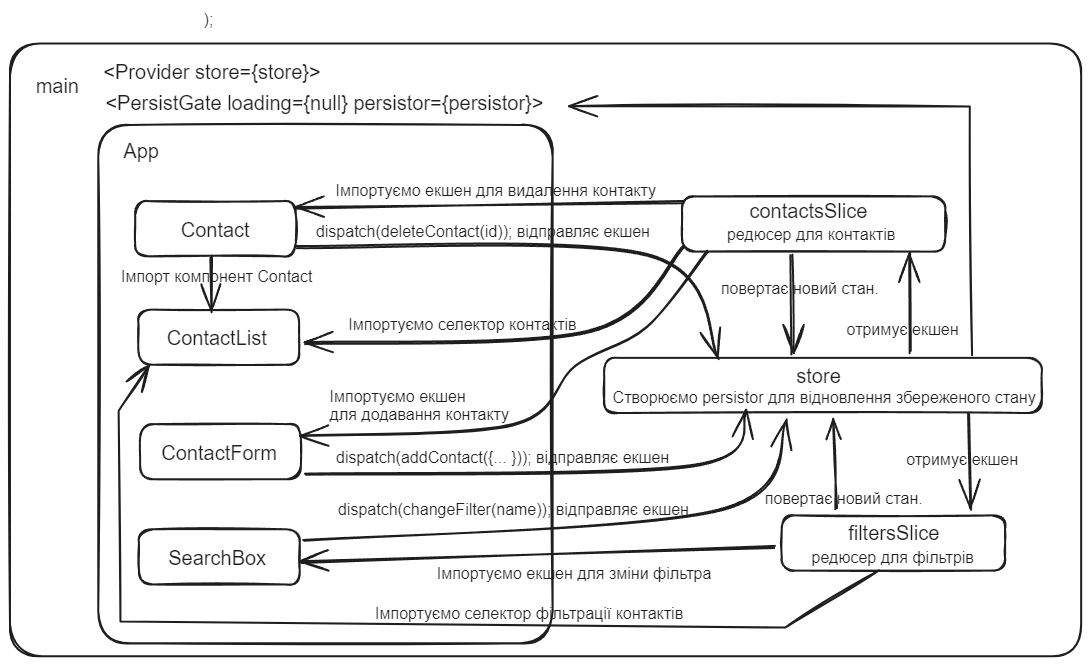
Above: src/info.excalidraw.png in oniks98/goit-react-hw-08 (Excalidraw), before the change. Source tidied: one line per element, renumbered; positions are measured from the earlier drawing's top-left corner, leaving out a move shared by most shapes.
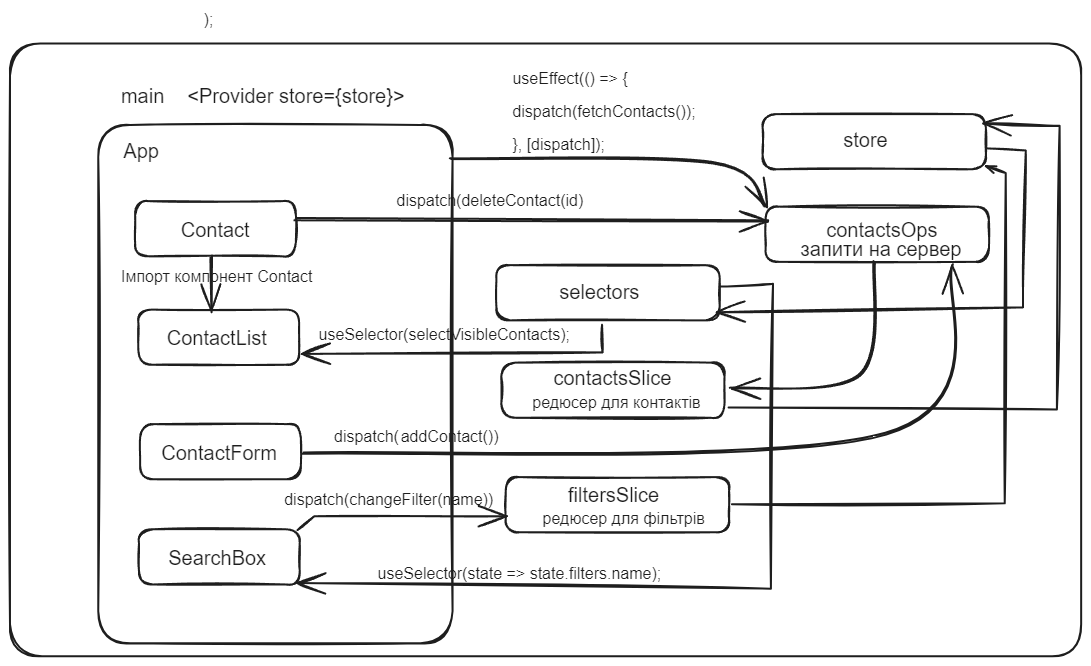
After the commit.

Diff of the diagram source:
```diff
@@ -1,51 +1,48 @@
 {"id": 0, "type": "rectangle", "strokeColor": "#1e1e1e", "strokeWidth": 2, "roughness": 1, "round": true, "x": 0, "y": 33, "width": 1071, "height": 613}
-{"id": 1, "type": "text", "text": "main", "strokeColor": "#1e1e1e", "strokeWidth": 2, "roughness": 1, "fontSize": 20, "fontFamily": 2, "x": 26, "y": 65, "width": 43, "height": 23}
+{"id": 1, "type": "text", "text": "main", "strokeColor": "#1e1e1e", "strokeWidth": 2, "roughness": 1, "fontSize": 20, "fontFamily": 2, "x": 111, "y": 75, "width": 43, "height": 23}
-{"id": 2, "type": "text", "text": "<Provider store={store}>", "strokeColor": "#1e1e1e", "strokeWidth": 2, "roughness": 1, "fontSize": 20, "fontFamily": 2, "x": 93, "y": 51, "width": 217, "height": 23}
+{"id": 2, "type": "text", "text": "<Provider store={store}>", "strokeColor": "#1e1e1e", "strokeWidth": 2, "roughness": 1, "fontSize": 20, "fontFamily": 2, "x": 177, "y": 75, "width": 217, "height": 23}
-{"id": 3, "type": "text", "text": "<PersistGate loading={null} persistor={persistor}>", "strokeColor": "#1e1e1e", "strokeWidth": 2, "roughness": 1, "fontSize": 20, "fontFamily": 2, "x": 95, "y": 82, "width": 438, "height": 23}
-{"id": 4, "type": "rectangle", "strokeColor": "#1e1e1e", "strokeWidth": 2, "roughness": 1, "round": true, "x": 88, "y": 115, "width": 454, "height": 518}
+{"id": 4, "type": "rectangle", "strokeColor": "#1e1e1e", "strokeWidth": 2, "roughness": 1, "round": true, "x": 88, "y": 115, "width": 354, "height": 518}
 {"id": 5, "type": "text", "text": "App", "strokeColor": "#1e1e1e", "strokeWidth": 2, "roughness": 1, "fontSize": 20, "fontFamily": 2, "x": 113, "y": 130, "width": 36, "height": 23}
 {"id": 6, "type": "text", "text": "Contact", "strokeColor": "#1e1e1e", "strokeWidth": 2, "roughness": 1, "fontSize": 20, "fontFamily": 2, "x": 171, "y": 209, "width": 69, "height": 23}
 {"id": 7, "type": "text", "text": "ContactForm", "strokeColor": "#1e1e1e", "strokeWidth": 2, "roughness": 1, "fontSize": 20, "fontFamily": 2, "x": 151, "y": 432, "width": 116, "height": 23}
 {"id": 8, "type": "text", "text": "ContactList", "strokeColor": "#1e1e1e", "strokeWidth": 2, "roughness": 1, "fontSize": 20, "fontFamily": 2, "x": 157, "y": 317, "width": 100, "height": 23}
-{"id": 9, "type": "text", "text": "contactsSlice", "strokeColor": "#1e1e1e", "strokeWidth": 2, "roughness": 1, "fontSize": 20, "fontFamily": 2, "x": 739, "y": 190, "width": 118, "height": 23}
+{"id": 9, "type": "text", "text": "contactsSlice", "strokeColor": "#1e1e1e", "strokeWidth": 2, "roughness": 1, "fontSize": 20, "fontFamily": 2, "x": 543, "y": 357, "width": 118, "height": 23}
-{"id": 10, "type": "text", "text": "filtersSlice", "strokeColor": "#1e1e1e", "strokeWidth": 2, "roughness": 1, "fontSize": 20, "fontFamily": 2, "x": 838, "y": 512, "width": 91, "height": 23}
+{"id": 10, "type": "text", "text": "filtersSlice", "strokeColor": "#1e1e1e", "strokeWidth": 2, "roughness": 1, "fontSize": 20, "fontFamily": 2, "x": 558, "y": 474, "width": 91, "height": 23}
-{"id": 11, "type": "text", "text": "store", "strokeColor": "#1e1e1e", "strokeWidth": 2, "roughness": 1, "fontSize": 20, "fontFamily": 2, "x": 786, "y": 355, "width": 44, "height": 23}
+{"id": 11, "type": "text", "text": "store", "strokeColor": "#1e1e1e", "strokeWidth": 2, "roughness": 1, "fontSize": 20, "fontFamily": 2, "x": 833, "y": 119, "width": 44, "height": 23}
 {"id": 12, "type": "text", "text": "SearchBox", "strokeColor": "#1e1e1e", "strokeWidth": 2, "roughness": 1, "fontSize": 20, "fontFamily": 2, "x": 158, "y": 537, "width": 98, "height": 23}
 {"id": 13, "type": "rectangle", "strokeColor": "#1e1e1e", "strokeWidth": 2, "roughness": 1, "round": true, "x": 125, "y": 191, "width": 161, "height": 55}
 {"id": 14, "type": "text", "text": ");", "strokeColor": "#1e1e1e", "strokeWidth": 2, "roughness": 1, "fontSize": 16, "fontFamily": 2, "x": 194, "y": 0, "width": 10, "height": 18}
 {"id": 15, "type": "rectangle", "strokeColor": "#1e1e1e", "strokeWidth": 2, "roughness": 1, "round": true, "x": 128, "y": 300, "width": 161, "height": 55}
 {"id": 16, "type": "rectangle", "strokeColor": "#1e1e1e", "strokeWidth": 2, "roughness": 1, "round": true, "x": 130, "y": 414, "width": 161, "height": 55}
 {"id": 17, "type": "rectangle", "strokeColor": "#1e1e1e", "strokeWidth": 2, "roughness": 1, "round": true, "x": 129, "y": 519, "width": 161, "height": 55}
-{"id": 18, "type": "rectangle", "strokeColor": "#1e1e1e", "strokeWidth": 2, "roughness": 1, "round": true, "x": 672, "y": 186, "width": 263, "height": 55}
-{"id": 19, "type": "rectangle", "strokeColor": "#1e1e1e", "strokeWidth": 2, "roughness": 1, "round": true, "x": 772, "y": 505, "width": 223, "height": 55}
+{"id": 19, "type": "rectangle", "strokeColor": "#1e1e1e", "strokeWidth": 2, "roughness": 1, "round": true, "x": 496, "y": 467, "width": 223, "height": 55}
-{"id": 20, "type": "rectangle", "strokeColor": "#1e1e1e", "strokeWidth": 2, "roughness": 1, "round": true, "x": 594, "y": 348, "width": 438, "height": 55}
-{"id": 21, "type": "arrow", "strokeColor": "#1e1e1e", "strokeWidth": 2, "roughness": 1, "endArrowhead": "arrow", "from": 20, "to": 4, "x": 1024, "y": 345, "width": 403, "height": 249, "points": [[-62, 0], [-65, -249], [-465, -249]]}
-{"id": 22, "type": "text", "text": "Створюємо persistor для відновлення збереженого стану", "strokeColor": "#1e1e1e", "strokeWidth": 2, "roughness": 1, "fontSize": 16, "fontFamily": 2, "x": 603, "y": 378, "width": 423, "height": 18}
-{"id": 23, "type": "arrow", "strokeColor": "#1e1e1e", "strokeWidth": 2, "roughness": 1, "endArrowhead": "arrow", "round": true, "from": 25, "to": 20, "x": 781, "y": 244, "width": 1, "height": 100, "points": [[0, 0], [1, 100]]}
-{"id": 24, "type": "arrow", "strokeColor": "#1e1e1e", "strokeWidth": 2, "roughness": 1, "endArrowhead": "arrow", "round": true, "from": 19, "to": 22, "x": 826, "y": 500, "width": 4, "height": 90, "points": [[0, 0], [-1, -48], [-4, -90]]}
-{"id": 25, "type": "text", "text": "редюсер для контактів", "strokeColor": "#1e1e1e", "strokeWidth": 2, "roughness": 1, "fontSize": 16, "fontFamily": 2, "x": 717, "y": 215, "width": 168, "height": 18}
+{"id": 25, "type": "text", "text": "редюсер для контактів", "strokeColor": "#1e1e1e", "strokeWidth": 2, "roughness": 1, "fontSize": 16, "fontFamily": 2, "x": 522, "y": 383, "width": 168, "height": 18}
-{"id": 26, "type": "text", "text": "редюсер для фільтрів", "strokeColor": "#1e1e1e", "strokeWidth": 2, "roughness": 1, "fontSize": 16, "fontFamily": 2, "x": 802, "y": 538, "width": 162, "height": 18}
+{"id": 26, "type": "text", "text": "редюсер для фільтрів", "strokeColor": "#1e1e1e", "strokeWidth": 2, "roughness": 1, "fontSize": 16, "fontFamily": 2, "x": 533, "y": 499, "width": 162, "height": 18}
-{"id": 27, "type": "arrow", "strokeColor": "#1e1e1e", "strokeWidth": 2, "roughness": 1, "endArrowhead": "arrow", "round": true, "from": 19, "to": 17, "x": 764, "y": 537, "width": 472, "height": 16, "points": [[0, 0], [-472, 16]]}
-{"id": 28, "type": "text", "text": "Імпортуємо екшен для зміни фільтра", "strokeColor": "#1e1e1e", "strokeWidth": 2, "roughness": 1, "fontSize": 16, "fontFamily": 2, "x": 427, "y": 554, "width": 275, "height": 18}
-{"id": 29, "type": "arrow", "strokeColor": "#1e1e1e", "strokeWidth": 2, "roughness": 1, "endArrowhead": "arrow", "round": true, "from": 17, "to": 22, "x": 293, "y": 530, "width": 483, "height": 121, "points": [[0, 0], [415, -30], [483, -121]]}
-{"id": 30, "type": "text", "text": "отримує екшен", "strokeColor": "#1e1e1e", "strokeWidth": 2, "roughness": 1, "fontSize": 16, "fontFamily": 2, "x": 896, "y": 440, "width": 112, "height": 18}
-{"id": 31, "type": "arrow", "strokeColor": "#1e1e1e", "strokeWidth": 2, "roughness": 1, "endArrowhead": "arrow", "round": true, "from": 22, "to": 19, "x": 958, "y": 404, "width": 3, "height": 95, "points": [[0, 0], [3, 95]]}
-{"id": 32, "type": "text", "text": "повертає новий стан.", "strokeColor": "#1e1e1e", "strokeWidth": 2, "roughness": 1, "fontSize": 16, "fontFamily": 2, "x": 755, "y": 479, "width": 158, "height": 18}
-{"id": 33, "type": "text", "text": "повертає новий стан.", "strokeColor": "#1e1e1e", "strokeWidth": 2, "roughness": 1, "fontSize": 16, "fontFamily": 2, "x": 711, "y": 269, "width": 158, "height": 18}
-{"id": 34, "type": "arrow", "strokeColor": "#1e1e1e", "strokeWidth": 2, "roughness": 1, "endArrowhead": "arrow", "round": true, "from": 20, "to": 25, "x": 900, "y": 342, "width": 0, "height": 99, "points": [[0, 0], [0, -99]]}
-{"id": 35, "type": "text", "text": "отримує екшен", "strokeColor": "#1e1e1e", "strokeWidth": 2, "roughness": 1, "fontSize": 16, "fontFamily": 2, "x": 837, "y": 310, "width": 112, "height": 18}
-{"id": 36, "type": "text", "text": "dispatch(changeFilter(name)); відправляє екшен", "strokeColor": "#1e1e1e", "strokeWidth": 2, "roughness": 1, "fontSize": 16, "fontFamily": 2, "x": 328, "y": 490, "width": 351, "height": 18}
 {"id": 37, "type": "arrow", "strokeColor": "#1e1e1e", "strokeWidth": 2, "roughness": 1, "endArrowhead": "arrow", "round": true, "from": 6, "to": 8, "x": 202, "y": 246, "width": 2, "height": 56, "points": [[0, 0], [-2, 56]]}
 {"id": 38, "type": "text", "text": "Імпорт компонент Contact", "strokeColor": "#1e1e1e", "strokeWidth": 2, "roughness": 1, "fontSize": 16, "fontFamily": 2, "x": 111, "y": 257, "width": 191, "height": 18}
-{"id": 39, "type": "arrow", "strokeColor": "#1e1e1e", "strokeWidth": 2, "roughness": 1, "endArrowhead": "arrow", "round": true, "to": 15, "x": 674, "y": 237, "width": 379, "height": 96, "points": [[0, 0], [-93, 84], [-379, 96]]}
-{"id": 40, "type": "text", "text": "Імпортуємо селектор контактів", "strokeColor": "#1e1e1e", "strokeWidth": 2, "roughness": 1, "fontSize": 16, "fontFamily": 2, "x": 338, "y": 305, "width": 228, "height": 18}
-{"id": 41, "type": "arrow", "strokeColor": "#1e1e1e", "strokeWidth": 2, "roughness": 1, "endArrowhead": "arrow", "from": 26, "to": 15, "x": 869, "y": 560, "width": 760, "height": 262, "points": [[0, 0], [-94, 57], [-758, 51], [-760, -159], [-730, -204]]}
-{"id": 42, "type": "text", "text": "Імпортуємо селектор фільтрації контактів", "strokeColor": "#1e1e1e", "strokeWidth": 2, "roughness": 1, "fontSize": 16, "fontFamily": 2, "x": 365, "y": 594, "width": 308, "height": 18}
-{"id": 43, "type": "arrow", "strokeColor": "#1e1e1e", "strokeWidth": 2, "roughness": 1, "endArrowhead": "arrow", "round": true, "from": 18, "x": 697, "y": 242, "width": 407, "height": 183, "points": [[0, 0], [-60, 75], [-131, 114], [-194, 172], [-407, 183]]}
-{"id": 44, "type": "text", "text": "Імпортуємо екшен \nдля додавання контакту", "strokeColor": "#1e1e1e", "strokeWidth": 2, "roughness": 1, "fontSize": 16, "fontFamily": 2, "x": 320, "y": 377, "width": 180, "height": 37}
-{"id": 45, "type": "arrow", "strokeColor": "#1e1e1e", "strokeWidth": 2, "roughness": 1, "endArrowhead": "arrow", "round": true, "from": 16, "to": 22, "x": 295, "y": 465, "width": 442, "height": 63, "points": [[0, 0], [386, -8], [442, -63]]}
-{"id": 46, "type": "text", "text": "dispatch(addContact({... })); відправляє екшен", "strokeColor": "#1e1e1e", "strokeWidth": 2, "roughness": 1, "fontSize": 16, "fontFamily": 2, "x": 326, "y": 438, "width": 333, "height": 18}
-{"id": 47, "type": "arrow", "strokeColor": "#1e1e1e", "strokeWidth": 2, "roughness": 1, "endArrowhead": "arrow", "round": true, "to": 13, "x": 674, "y": 191, "width": 387, "height": 6, "points": [[0, 0], [-387, 6]]}
-{"id": 48, "type": "text", "text": "Імпортуємо екшен для видалення контакту", "strokeColor": "#1e1e1e", "strokeWidth": 2, "roughness": 1, "fontSize": 16, "fontFamily": 2, "x": 325, "y": 171, "width": 321, "height": 18}
-{"id": 49, "type": "arrow", "strokeColor": "#1e1e1e", "strokeWidth": 2, "roughness": 1, "endArrowhead": "arrow", "round": true, "x": 286, "y": 237, "width": 423, "height": 111, "points": [[0, 0], [353, 7], [423, 111]]}
-{"id": 50, "type": "text", "text": "dispatch(deleteContact(id)); відправляє екшен", "strokeColor": "#1e1e1e", "strokeWidth": 2, "roughness": 1, "fontSize": 16, "fontFamily": 2, "x": 306, "y": 212, "width": 334, "height": 18}
+{"id": 51, "type": "rectangle", "strokeColor": "#1e1e1e", "strokeWidth": 2, "roughness": 1, "round": true, "x": 753, "y": 104, "width": 223, "height": 55}
+{"id": 52, "type": "rectangle", "strokeColor": "#1e1e1e", "strokeWidth": 2, "roughness": 1, "round": true, "x": 491, "y": 353, "width": 223, "height": 55}
+{"id": 53, "type": "rectangle", "strokeColor": "#1e1e1e", "strokeWidth": 2, "roughness": 1, "round": true, "x": 486, "y": 255, "width": 223, "height": 55}
+{"id": 54, "type": "rectangle", "strokeColor": "#1e1e1e", "strokeWidth": 2, "roughness": 1, "round": true, "x": 756, "y": 197, "width": 223, "height": 55}
+{"id": 55, "type": "text", "text": "selectors", "strokeColor": "#1e1e1e", "strokeWidth": 2, "roughness": 1, "fontSize": 20, "fontFamily": 2, "x": 549, "y": 271, "width": 80, "height": 23}
+{"id": 56, "type": "text", "text": "contactsOps", "strokeColor": "#1e1e1e", "strokeWidth": 2, "roughness": 1, "fontSize": 20, "fontFamily": 2, "x": 816, "y": 209, "width": 111, "height": 23}
+{"id": 57, "type": "text", "text": "запити на сервер", "strokeColor": "#1e1e1e", "strokeWidth": 2, "roughness": 1, "fontSize": 20, "fontFamily": 2, "x": 791, "y": 228, "width": 161, "height": 23}
+{"id": 58, "type": "arrow", "strokeColor": "#1e1e1e", "strokeWidth": 2, "roughness": 1, "endArrowhead": "arrow", "round": true, "from": 13, "x": 286, "y": 209, "width": 471, "height": 2, "points": [[0, 0], [471, 2]]}
+{"id": 59, "type": "text", "text": "dispatch(deleteContact(id)", "strokeColor": "#1e1e1e", "strokeWidth": 2, "roughness": 1, "fontSize": 16, "fontFamily": 2, "x": 387, "y": 181, "width": 187, "height": 18}
+{"id": 60, "type": "arrow", "strokeColor": "#1e1e1e", "strokeWidth": 2, "roughness": 1, "endArrowhead": "arrow", "round": true, "to": 54, "x": 441, "y": 148, "width": 315, "height": 49, "points": [[0, 0], [262, 4], [315, 49]]}
+{"id": 61, "type": "text", "text": "useEffect(() => {", "strokeColor": "#1e1e1e", "strokeWidth": 2, "roughness": 1, "fontSize": 16, "fontFamily": 2, "x": 502, "y": 59, "width": 115, "height": 18}
+{"id": 62, "type": "text", "text": "dispatch(fetchContacts());", "strokeColor": "#1e1e1e", "strokeWidth": 2, "roughness": 1, "fontSize": 16, "fontFamily": 2, "x": 502, "y": 92, "width": 183, "height": 18}
+{"id": 63, "type": "text", "text": "}, [dispatch]);", "strokeColor": "#1e1e1e", "strokeWidth": 2, "roughness": 1, "fontSize": 16, "fontFamily": 2, "x": 502, "y": 125, "width": 92, "height": 18}
+{"id": 64, "type": "arrow", "strokeColor": "#1e1e1e", "strokeWidth": 2, "roughness": 1, "endArrowhead": "arrow", "round": true, "from": 16, "to": 57, "x": 292, "y": 444, "width": 651, "height": 190, "points": [[0, 0], [584, -20], [651, -190]]}
+{"id": 65, "type": "text", "text": "dispatch(", "strokeColor": "#1e1e1e", "strokeWidth": 2, "roughness": 1, "fontSize": 16, "fontFamily": 2, "x": 324, "y": 417, "width": 65, "height": 18}
+{"id": 66, "type": "text", "text": "addContact())", "strokeColor": "#1e1e1e", "strokeWidth": 2, "roughness": 1, "fontSize": 16, "fontFamily": 2, "x": 391, "y": 417, "width": 98, "height": 18}
+{"id": 67, "type": "arrow", "strokeColor": "#1e1e1e", "strokeWidth": 2, "roughness": 1, "endArrowhead": "arrow", "round": true, "from": 57, "to": 52, "x": 865, "y": 252, "width": 145, "height": 126, "points": [[0, 0], [-15, 112], [-145, 126]]}
+{"id": 68, "type": "arrow", "strokeColor": "#1e1e1e", "strokeWidth": 2, "roughness": 1, "endArrowhead": "arrow", "from": 52, "x": 719, "y": 397, "width": 331, "height": 286, "points": [[0, 0], [328, 2], [331, -282], [255, -284]]}
+{"id": 69, "type": "arrow", "strokeColor": "#1e1e1e", "strokeWidth": 2, "roughness": 1, "endArrowhead": "arrow", "from": 51, "x": 976, "y": 138, "width": 309, "height": 164, "points": [[0, 0], [40, 2], [37, 159], [-269, 164]]}
+{"id": 70, "type": "arrow", "strokeColor": "#1e1e1e", "strokeWidth": 2, "roughness": 1, "endArrowhead": "arrow", "from": 53, "to": 15, "x": 592, "y": 315, "width": 301, "height": 29, "points": [[0, 0], [1, 28], [-300, 29]]}
+{"id": 71, "type": "text", "text": "useSelector(selectVisibleContacts);", "strokeColor": "#1e1e1e", "strokeWidth": 2, "roughness": 1, "fontSize": 16, "fontFamily": 2, "x": 309, "y": 315, "width": 251, "height": 18}
+{"id": 72, "type": "text", "text": "useSelector(state => state.filters.name);", "strokeColor": "#1e1e1e", "strokeWidth": 2, "roughness": 1, "fontSize": 16, "fontFamily": 2, "x": 368, "y": 554, "width": 284, "height": 18}
+{"id": 73, "type": "arrow", "strokeColor": "#1e1e1e", "strokeWidth": 2, "roughness": 1, "endArrowhead": "arrow", "x": 710, "y": 277, "width": 476, "height": 305, "points": [[0, 0], [53, -3], [51, 302], [-422, 297]]}
+{"id": 74, "type": "arrow", "strokeColor": "#1e1e1e", "strokeWidth": 2, "roughness": 1, "endArrowhead": "arrow", "from": 19, "x": 722, "y": 494, "width": 274, "height": 338, "points": [[0, 0], [273, -1], [274, -331], [254, -338]]}
+{"id": 75, "type": "arrow", "strokeColor": "#1e1e1e", "strokeWidth": 2, "roughness": 1, "endArrowhead": "arrow", "to": 76, "x": 287, "y": 520, "width": 209, "height": 14, "points": [[0, 0], [17, -14], [209, -14]]}
+{"id": 76, "type": "text", "text": "dispatch(changeFilter(name))", "strokeColor": "#1e1e1e", "strokeWidth": 2, "roughness": 1, "fontSize": 16, "fontFamily": 2, "x": 274, "y": 480, "width": 209, "height": 18}
```
